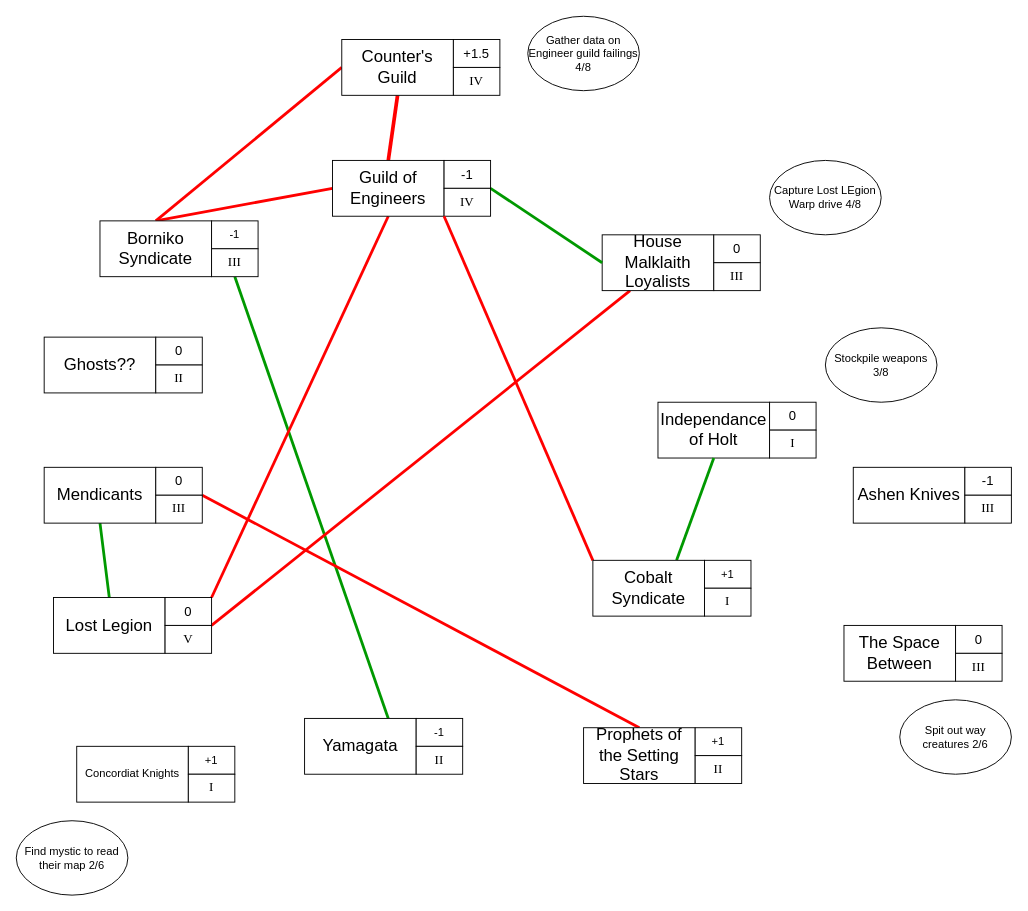
This is SaV_Season2.drawio from decyne/rpg-prep, a draw.io file, before an edit. Source tidied: cells renumbered, new cells numbered last; positions are measured from the earlier drawing's top-left corner, leaving out a move shared by most shapes. Both pictures are drawn from the tidied source at 93%, with x=0, y=0 at pixel (16, 16).
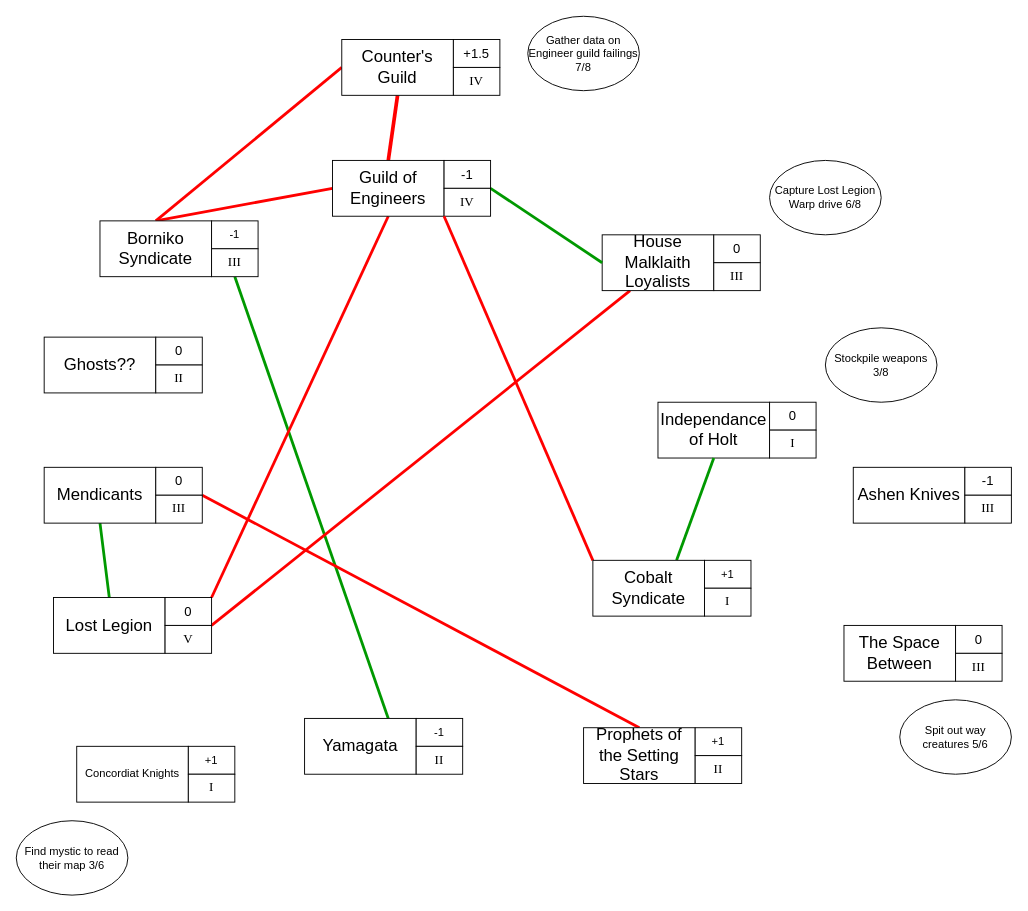
The same diagram, later.

What changed in the source:
```diff
@@
-    <mxCell id="46" value="Find mystic to read their map 2/6" style="ellipse;whiteSpace=wrap;html=1;" parent="1" vertex="1">
+    <mxCell id="46" value="Find mystic to read their map 3/6" style="ellipse;whiteSpace=wrap;html=1;" parent="1" vertex="1">
       <mxGeometry y="865" width="120" height="80" as="geometry" />
     </mxCell>
@@
-    <mxCell id="50" value="Gather data on Engineer guild failings 4/8" style="ellipse;whiteSpace=wrap;html=1;" parent="1" vertex="1">
+    <mxCell id="50" value="Gather data on Engineer guild failings 7/8" style="ellipse;whiteSpace=wrap;html=1;" parent="1" vertex="1">
       <mxGeometry x="550" width="120" height="80" as="geometry" />
     </mxCell>
@@
-    <mxCell id="52" value="Capture Lost LEgion Warp drive 4/8" style="ellipse;whiteSpace=wrap;html=1;" parent="1" vertex="1">
+    <mxCell id="52" value="Capture Lost Legion Warp drive 6/8" style="ellipse;whiteSpace=wrap;html=1;" parent="1" vertex="1">
       <mxGeometry x="810" y="155" width="120" height="80" as="geometry" />
     </mxCell>
@@
-    <mxCell id="59" value="Spit out way creatures 2/6" style="ellipse;whiteSpace=wrap;html=1;" parent="1" vertex="1">
+    <mxCell id="59" value="Spit out way creatures 5/6" style="ellipse;whiteSpace=wrap;html=1;" parent="1" vertex="1">
       <mxGeometry x="950" y="735" width="120" height="80" as="geometry" />
     </mxCell>
```
